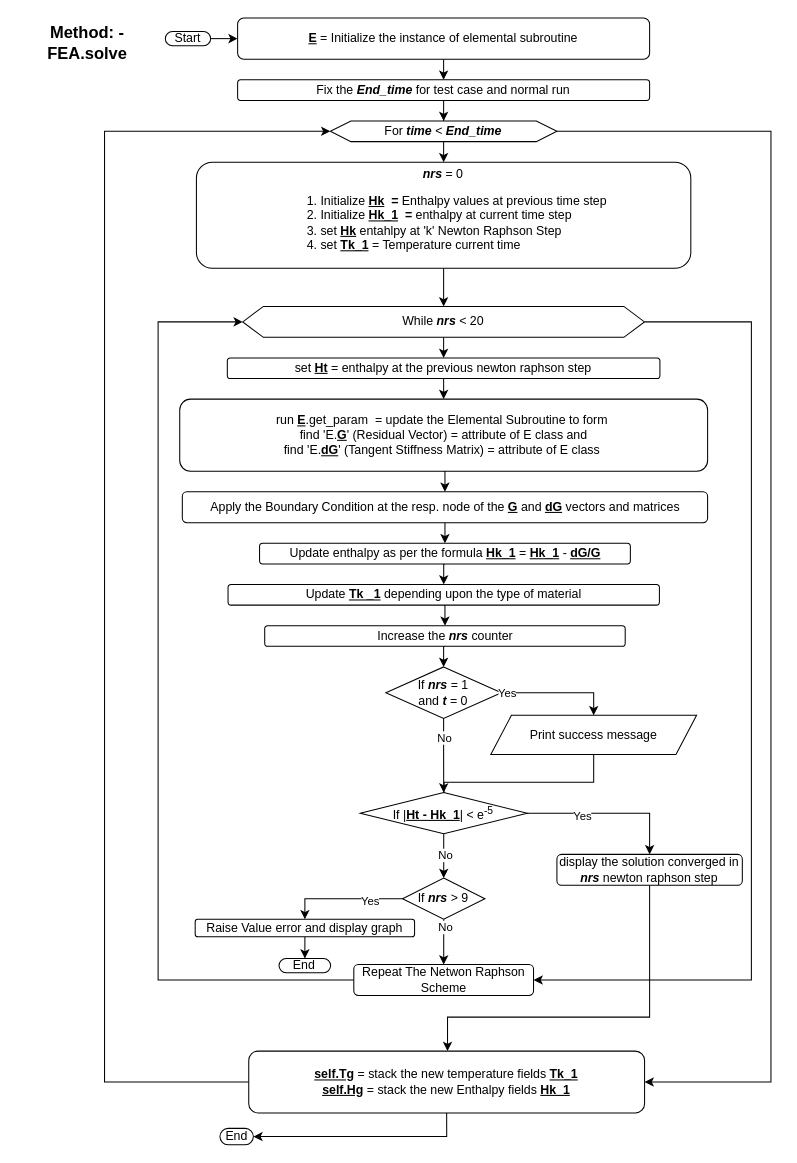
This is Untitled Diagram.drawio from okolekar/PPP, a draw.io file, before an edit. Source tidied: cells renumbered, new cells numbered last; positions are measured from the earlier drawing's top-left corner, leaving out a move shared by most shapes. Both pictures are drawn from the tidied source at 103%, with x=0, y=0 at pixel (18, 18).
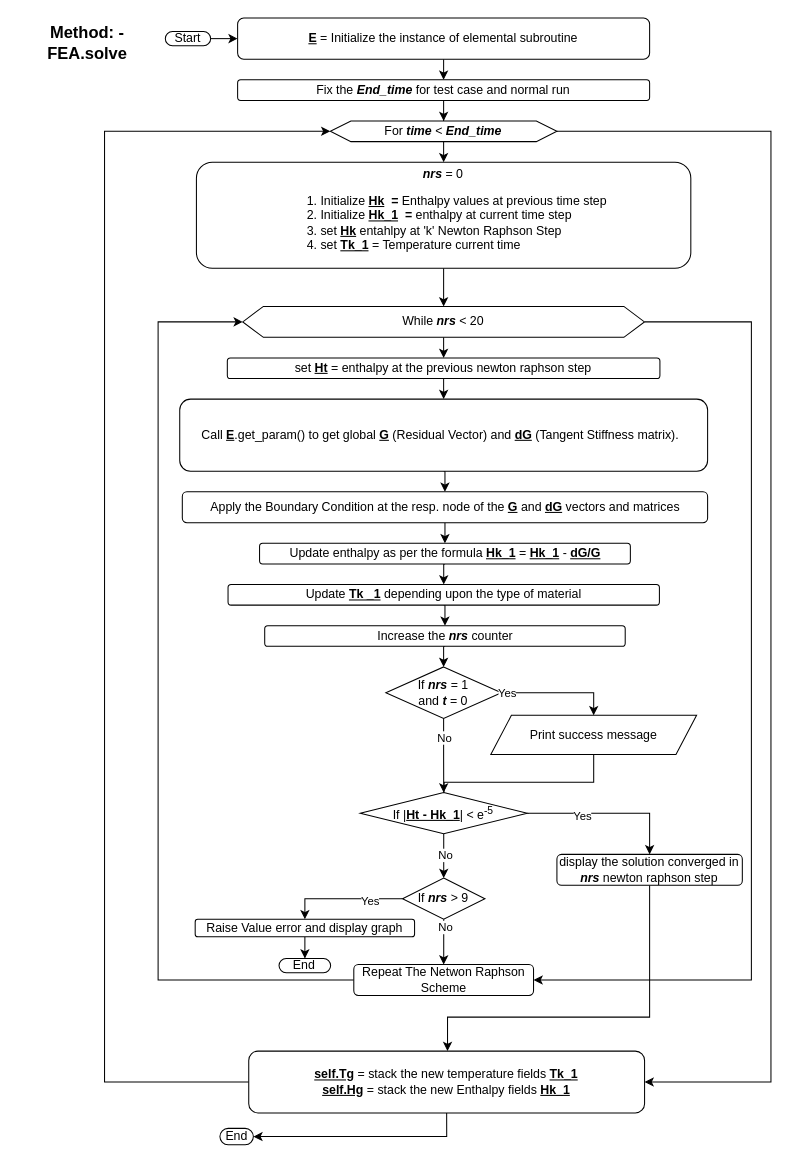
The same diagram, later.

The edit, as a diff of the source:
```diff
@@
-    <mxCell id="21" value="run &lt;b style=&quot;text-decoration-line: underline;&quot;&gt;E&lt;/b&gt;.get_param&amp;nbsp; = update the Elemental Subroutine to form&amp;nbsp;&lt;br&gt;find 'E.&lt;b style=&quot;border-color: var(--border-color);&quot;&gt;&lt;u style=&quot;border-color: var(--border-color);&quot;&gt;G&lt;/u&gt;&lt;/b&gt;' (Residual Vector) = attribute of E class and&lt;br&gt;find 'E.&lt;b style=&quot;border-color: var(--border-color);&quot;&gt;&lt;u style=&quot;border-color: var(--border-color);&quot;&gt;dG&lt;/u&gt;&lt;/b&gt;' (Tangent Stiffness Matrix) = attribute of E class&amp;nbsp;" style="rounded=1;whiteSpace=wrap;html=1;" parent="1" vertex="1">
+    <mxCell id="21" value="&lt;span style=&quot;background-color: initial; text-align: justify;&quot;&gt;Call&amp;nbsp;&lt;/span&gt;&lt;b style=&quot;background-color: initial; text-align: justify; text-decoration-line: underline;&quot;&gt;E&lt;/b&gt;&lt;span style=&quot;background-color: initial; text-align: justify;&quot;&gt;.get_param() to get global&amp;nbsp;&lt;/span&gt;&lt;span style=&quot;background-color: initial; border-color: var(--border-color);&quot;&gt;&lt;u style=&quot;font-weight: bold; border-color: var(--border-color);&quot;&gt;G&lt;/u&gt;&lt;span style=&quot;border-color: var(--border-color);&quot;&gt; (Residual Vector)&lt;/span&gt;&lt;/span&gt;&lt;span style=&quot;background-color: initial; text-align: justify;&quot;&gt;&amp;nbsp;&lt;/span&gt;&lt;span style=&quot;background-color: initial; text-align: justify;&quot;&gt;and&amp;nbsp;&lt;/span&gt;&lt;u style=&quot;background-color: initial; border-color: var(--border-color);&quot;&gt;&lt;b style=&quot;border-color: var(--border-color);&quot;&gt;dG&lt;/b&gt;&lt;/u&gt;&lt;span style=&quot;background-color: initial;&quot;&gt;&amp;nbsp;(Tangent Stiffness matrix)&lt;/span&gt;&lt;span style=&quot;background-color: initial; text-align: justify;&quot;&gt;.&amp;nbsp;&amp;nbsp;&lt;/span&gt;" style="rounded=1;whiteSpace=wrap;html=1;align=center;" parent="1" vertex="1">
       <mxGeometry x="157" y="370" width="512.5" height="70" as="geometry" />
     </mxCell>
```
